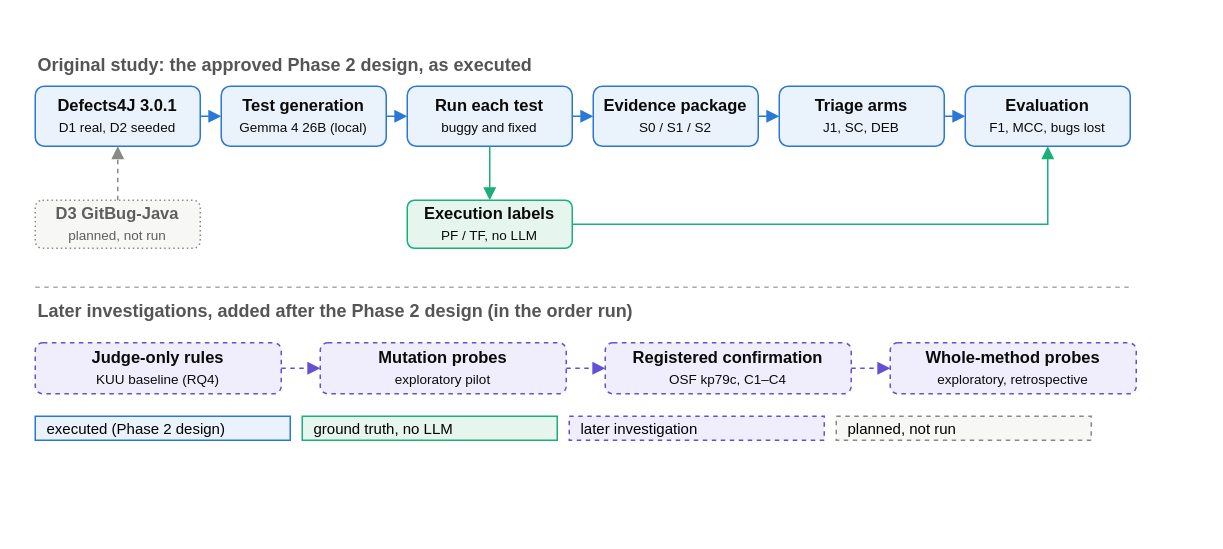
hafizhuzaifaahmed/llm-failure-triage keeps this draw.io diagram as phase4_v2/figures/fig_final_architecture.drawio. Above is the earlier version. Source tidied: cells renumbered, new cells numbered last; positions are measured from the earlier drawing's top-left corner, leaving out a move shared by most shapes. Both pictures are drawn from the tidied source at 150%, with x=0, y=0 at pixel (34, 50).
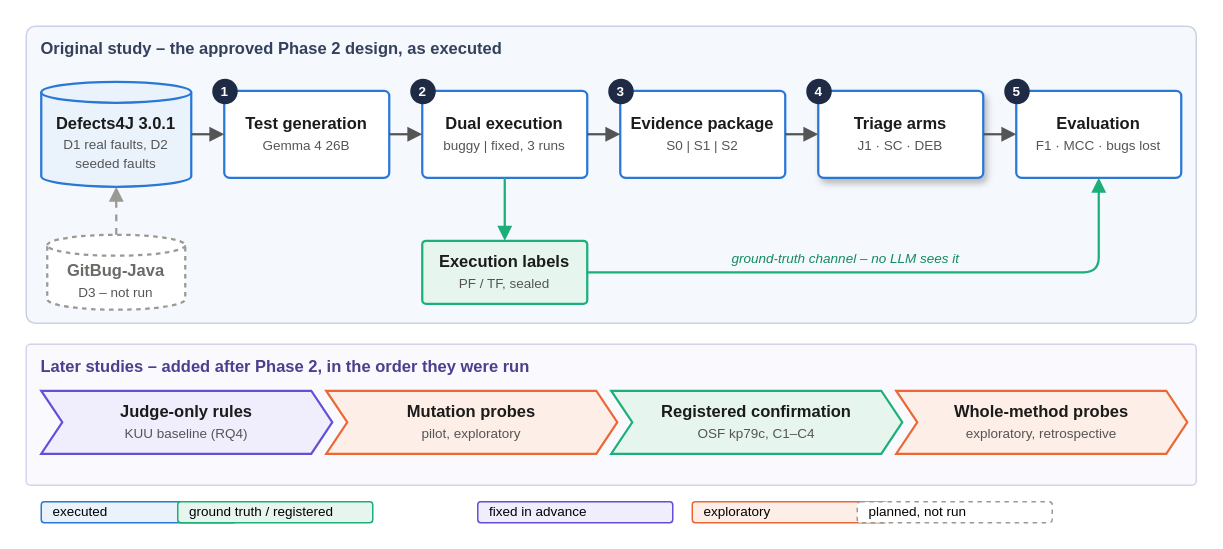
Above is the later version.

Diff of the diagram source:
```diff
@@
+    <mxCell id="32" value="Original study – the approved Phase 2 design, as executed" style="rounded=1;arcSize=3;whiteSpace=wrap;html=1;fillColor=#F5F8FC;strokeColor=#C8D4E3;fontColor=#33415C;fontStyle=1;fontSize=11;verticalAlign=top;align=left;spacingLeft=8;spacingTop=2;" parent="1" vertex="1">
+      <mxGeometry x="-6" y="-16" width="780" height="198" as="geometry" />
+    </mxCell>
+    <mxCell id="33" value="Later studies – added after Phase 2, in the order they were run" style="rounded=1;arcSize=3;whiteSpace=wrap;html=1;fillColor=#FAF9FD;strokeColor=#D7D2EE;fontColor=#4B3F8F;fontStyle=1;fontSize=11;verticalAlign=top;align=left;spacingLeft=8;spacingTop=2;" parent="1" vertex="1">
+      <mxGeometry x="-6" y="196" width="780" height="94" as="geometry" />
+    </mxCell>
-    <mxCell id="2" value="&lt;b&gt;Defects4J 3.0.1&lt;/b&gt;&lt;br&gt;&lt;font style=&quot;font-size:9px&quot;&gt;D1 real, D2 seeded&lt;/font&gt;" style="rounded=1;whiteSpace=wrap;html=1;fillColor=#EAF2FC;strokeColor=#2A78D6;fontColor=#0B0B0B;fontSize=11;" parent="1" vertex="1">
-      <mxGeometry y="24" width="110" height="40" as="geometry" />
+    <mxCell id="2" value="&lt;b&gt;Defects4J 3.0.1&lt;/b&gt;&lt;br&gt;&lt;font color=&quot;#555555&quot; style=&quot;font-size:9px&quot;&gt;D1 real faults, D2 seeded faults&lt;/font&gt;" style="shape=cylinder3;boundedLbl=1;backgroundOutline=1;size=7;whiteSpace=wrap;html=1;fillColor=#EAF2FC;strokeColor=#2A78D6;fontColor=#1B1B1B;fontSize=11;strokeWidth=1.5;" parent="1" vertex="1">
+      <mxGeometry x="4" y="21" width="100" height="70" as="geometry" />
     </mxCell>
-    <mxCell id="3" value="&lt;b&gt;Test generation&lt;/b&gt;&lt;br&gt;&lt;font style=&quot;font-size:9px&quot;&gt;Gemma 4 26B (local)&lt;/font&gt;" style="rounded=1;whiteSpace=wrap;html=1;fillColor=#EAF2FC;strokeColor=#2A78D6;fontColor=#0B0B0B;fontSize=11;" parent="1" vertex="1">
-      <mxGeometry x="124" y="24" width="110" height="40" as="geometry" />
+    <mxCell id="3" value="&lt;b&gt;Test generation&lt;/b&gt;&lt;br&gt;&lt;font color=&quot;#555555&quot; style=&quot;font-size:9px&quot;&gt;Gemma 4 26B&lt;/font&gt;" style="rounded=1;arcSize=6;whiteSpace=wrap;html=1;fillColor=#FFFFFF;strokeColor=#2A78D6;fontColor=#1B1B1B;fontSize=11;strokeWidth=1.5;" parent="1" vertex="1">
+      <mxGeometry x="126" y="27" width="110" height="58" as="geometry" />
     </mxCell>
-    <mxCell id="4" value="&lt;b&gt;Run each test&lt;/b&gt;&lt;br&gt;&lt;font style=&quot;font-size:9px&quot;&gt;buggy and fixed&lt;/font&gt;" style="rounded=1;whiteSpace=wrap;html=1;fillColor=#EAF2FC;strokeColor=#2A78D6;fontColor=#0B0B0B;fontSize=11;" parent="1" vertex="1">
-      <mxGeometry x="248" y="24" width="110" height="40" as="geometry" />
-    </mxCell>
+    <mxCell id="34" value="1" style="ellipse;whiteSpace=wrap;html=1;fillColor=#1F2A44;strokeColor=none;fontColor=#FFFFFF;fontStyle=1;fontSize=9;" parent="1" vertex="1">
+      <mxGeometry x="118" y="19" width="17" height="17" as="geometry" />
+    </mxCell>
+    <mxCell id="35" value="&lt;b&gt;Dual execution&lt;/b&gt;&lt;br&gt;&lt;font color=&quot;#555555&quot; style=&quot;font-size:9px&quot;&gt;buggy  |  fixed, 3 runs&lt;/font&gt;" style="rounded=1;arcSize=6;whiteSpace=wrap;html=1;fillColor=#FFFFFF;strokeColor=#2A78D6;fontColor=#1B1B1B;fontSize=11;strokeWidth=1.5;" parent="1" vertex="1">
+      <mxGeometry x="258" y="27" width="110" height="58" as="geometry" />
+    </mxCell>
+    <mxCell id="36" value="2" style="ellipse;whiteSpace=wrap;html=1;fillColor=#1F2A44;strokeColor=none;fontColor=#FFFFFF;fontStyle=1;fontSize=9;" parent="1" vertex="1">
+      <mxGeometry x="250" y="19" width="17" height="17" as="geometry" />
+    </mxCell>
-    <mxCell id="5" value="&lt;b&gt;Evidence package&lt;/b&gt;&lt;br&gt;&lt;font style=&quot;font-size:9px&quot;&gt;S0 / S1 / S2&lt;/font&gt;" style="rounded=1;whiteSpace=wrap;html=1;fillColor=#EAF2FC;strokeColor=#2A78D6;fontColor=#0B0B0B;fontSize=11;" parent="1" vertex="1">
-      <mxGeometry x="372" y="24" width="110" height="40" as="geometry" />
+    <mxCell id="5" value="&lt;b&gt;Evidence package&lt;/b&gt;&lt;br&gt;&lt;font color=&quot;#555555&quot; style=&quot;font-size:9px&quot;&gt;S0  |  S1  |  S2&lt;/font&gt;" style="rounded=1;arcSize=6;whiteSpace=wrap;html=1;fillColor=#FFFFFF;strokeColor=#2A78D6;fontColor=#1B1B1B;fontSize=11;strokeWidth=1.5;" parent="1" vertex="1">
+      <mxGeometry x="390" y="27" width="110" height="58" as="geometry" />
     </mxCell>
+    <mxCell id="37" value="3" style="ellipse;whiteSpace=wrap;html=1;fillColor=#1F2A44;strokeColor=none;fontColor=#FFFFFF;fontStyle=1;fontSize=9;" parent="1" vertex="1">
+      <mxGeometry x="382" y="19" width="17" height="17" as="geometry" />
+    </mxCell>
-    <mxCell id="6" value="&lt;b&gt;Triage arms&lt;/b&gt;&lt;br&gt;&lt;font style=&quot;font-size:9px&quot;&gt;J1, SC, DEB&lt;/font&gt;" style="rounded=1;whiteSpace=wrap;html=1;fillColor=#EAF2FC;strokeColor=#2A78D6;fontColor=#0B0B0B;fontSize=11;" parent="1" vertex="1">
-      <mxGeometry x="496" y="24" width="110" height="40" as="geometry" />
+    <mxCell id="6" value="&lt;b&gt;Triage arms&lt;/b&gt;&lt;br&gt;&lt;font color=&quot;#555555&quot; style=&quot;font-size:9px&quot;&gt;J1 · SC · DEB&lt;/font&gt;" style="rounded=1;arcSize=6;shadow=1;whiteSpace=wrap;html=1;fillColor=#FFFFFF;strokeColor=#2A78D6;fontColor=#1B1B1B;fontSize=11;strokeWidth=1.5;" parent="1" vertex="1">
+      <mxGeometry x="522" y="27" width="110" height="58" as="geometry" />
     </mxCell>
+    <mxCell id="38" value="4" style="ellipse;whiteSpace=wrap;html=1;fillColor=#1F2A44;strokeColor=none;fontColor=#FFFFFF;fontStyle=1;fontSize=9;" parent="1" vertex="1">
+      <mxGeometry x="514" y="19" width="17" height="17" as="geometry" />
+    </mxCell>
-    <mxCell id="7" value="&lt;b&gt;Evaluation&lt;/b&gt;&lt;br&gt;&lt;font style=&quot;font-size:9px&quot;&gt;F1, MCC, bugs lost&lt;/font&gt;" style="rounded=1;whiteSpace=wrap;html=1;fillColor=#EAF2FC;strokeColor=#2A78D6;fontColor=#0B0B0B;fontSize=11;" parent="1" vertex="1">
-      <mxGeometry x="620" y="24" width="110" height="40" as="geometry" />
+    <mxCell id="7" value="&lt;b&gt;Evaluation&lt;/b&gt;&lt;br&gt;&lt;font color=&quot;#555555&quot; style=&quot;font-size:9px&quot;&gt;F1 · MCC · bugs lost&lt;/font&gt;" style="rounded=1;arcSize=6;whiteSpace=wrap;html=1;fillColor=#FFFFFF;strokeColor=#2A78D6;fontColor=#1B1B1B;fontSize=11;strokeWidth=1.5;" parent="1" vertex="1">
+      <mxGeometry x="654" y="27" width="110" height="58" as="geometry" />
     </mxCell>
+    <mxCell id="39" value="5" style="ellipse;whiteSpace=wrap;html=1;fillColor=#1F2A44;strokeColor=none;fontColor=#FFFFFF;fontStyle=1;fontSize=9;" parent="1" vertex="1">
+      <mxGeometry x="646" y="19" width="17" height="17" as="geometry" />
+    </mxCell>
+    <mxCell id="40" value="&lt;b&gt;Execution labels&lt;/b&gt;&lt;br&gt;&lt;font color=&quot;#555555&quot; style=&quot;font-size:9px&quot;&gt;PF / TF, sealed&lt;/font&gt;" style="rounded=1;arcSize=6;whiteSpace=wrap;html=1;fillColor=#E6F6EF;strokeColor=#1BAF7A;fontColor=#1B1B1B;fontSize=11;strokeWidth=1.5;" parent="1" vertex="1">
+      <mxGeometry x="258" y="127" width="110" height="42" as="geometry" />
+    </mxCell>
-    <mxCell id="8" value="&lt;b&gt;D3 GitBug-Java&lt;/b&gt;&lt;br&gt;&lt;font style=&quot;font-size:9px&quot;&gt;planned, not run&lt;/font&gt;" style="rounded=1;whiteSpace=wrap;html=1;fillColor=#F7F7F5;strokeColor=#8A8984;fontColor=#5F5E5A;fontSize=11;dashed=1;dashPattern=1 2;" parent="1" vertex="1">
-      <mxGeometry y="100" width="110" height="32" as="geometry" />
+    <mxCell id="8" value="&lt;b&gt;GitBug-Java&lt;/b&gt;&lt;br&gt;&lt;font color=&quot;#555555&quot; style=&quot;font-size:9px&quot;&gt;D3 – not run&lt;/font&gt;" style="shape=cylinder3;boundedLbl=1;backgroundOutline=1;size=7;whiteSpace=wrap;html=1;fillColor=#FFFFFF;strokeColor=#9A9994;fontColor=#6B6A66;fontSize=11;strokeWidth=1.5;dashed=1;dashPattern=2 2;" parent="1" vertex="1">
+      <mxGeometry x="8" y="123" width="92" height="50" as="geometry" />
     </mxCell>
-    <mxCell id="9" value="&lt;b&gt;Execution labels&lt;/b&gt;&lt;br&gt;&lt;font style=&quot;font-size:9px&quot;&gt;PF / TF, no LLM&lt;/font&gt;" style="rounded=1;whiteSpace=wrap;html=1;fillColor=#E6F6EF;strokeColor=#1BAF7A;fontColor=#0B0B0B;fontSize=11;" parent="1" vertex="1">
-      <mxGeometry x="248" y="100" width="110" height="32" as="geometry" />
-    </mxCell>
-    <mxCell id="10" value="&lt;b&gt;Judge-only rules&lt;/b&gt;&lt;br&gt;&lt;font style=&quot;font-size:9px&quot;&gt;KUU baseline (RQ4)&lt;/font&gt;" style="rounded=1;whiteSpace=wrap;html=1;fillColor=#F0EEFC;strokeColor=#6250D6;fontColor=#0B0B0B;fontSize=11;dashed=1;" parent="1" vertex="1">
-      <mxGeometry y="195" width="164" height="34" as="geometry" />
+    <mxCell id="10" value="&lt;b&gt;Judge-only rules&lt;/b&gt;&lt;br&gt;&lt;font color=&quot;#555555&quot; style=&quot;font-size:9px&quot;&gt;KUU baseline (RQ4)&lt;/font&gt;" style="shape=step;perimeter=stepPerimeter;fixedSize=1;size=14;whiteSpace=wrap;html=1;fillColor=#F0EEFC;strokeColor=#6250D6;fontColor=#1B1B1B;fontSize=11;strokeWidth=1.5;" parent="1" vertex="1">
+      <mxGeometry x="4" y="227" width="194" height="42" as="geometry" />
     </mxCell>
-    <mxCell id="11" value="&lt;b&gt;Mutation probes&lt;/b&gt;&lt;br&gt;&lt;font style=&quot;font-size:9px&quot;&gt;exploratory pilot&lt;/font&gt;" style="rounded=1;whiteSpace=wrap;html=1;fillColor=#F0EEFC;strokeColor=#6250D6;fontColor=#0B0B0B;fontSize=11;dashed=1;" parent="1" vertex="1">
-      <mxGeometry x="190" y="195" width="164" height="34" as="geometry" />
+    <mxCell id="11" value="&lt;b&gt;Mutation probes&lt;/b&gt;&lt;br&gt;&lt;font color=&quot;#555555&quot; style=&quot;font-size:9px&quot;&gt;pilot, exploratory&lt;/font&gt;" style="shape=step;perimeter=stepPerimeter;fixedSize=1;size=14;whiteSpace=wrap;html=1;fillColor=#FDEEE7;strokeColor=#EB6834;fontColor=#1B1B1B;fontSize=11;strokeWidth=1.5;" parent="1" vertex="1">
+      <mxGeometry x="194" y="227" width="194" height="42" as="geometry" />
     </mxCell>
-    <mxCell id="12" value="&lt;b&gt;Registered confirmation&lt;/b&gt;&lt;br&gt;&lt;font style=&quot;font-size:9px&quot;&gt;OSF kp79c, C1–C4&lt;/font&gt;" style="rounded=1;whiteSpace=wrap;html=1;fillColor=#F0EEFC;strokeColor=#6250D6;fontColor=#0B0B0B;fontSize=11;dashed=1;" parent="1" vertex="1">
-      <mxGeometry x="380" y="195" width="164" height="34" as="geometry" />
+    <mxCell id="12" value="&lt;b&gt;Registered confirmation&lt;/b&gt;&lt;br&gt;&lt;font color=&quot;#555555&quot; style=&quot;font-size:9px&quot;&gt;OSF kp79c, C1–C4&lt;/font&gt;" style="shape=step;perimeter=stepPerimeter;fixedSize=1;size=14;whiteSpace=wrap;html=1;fillColor=#E6F6EF;strokeColor=#1BAF7A;fontColor=#1B1B1B;fontSize=11;strokeWidth=1.5;" parent="1" vertex="1">
+      <mxGeometry x="384" y="227" width="194" height="42" as="geometry" />
     </mxCell>
-    <mxCell id="13" value="&lt;b&gt;Whole-method probes&lt;/b&gt;&lt;br&gt;&lt;font style=&quot;font-size:9px&quot;&gt;exploratory, retrospective&lt;/font&gt;" style="rounded=1;whiteSpace=wrap;html=1;fillColor=#F0EEFC;strokeColor=#6250D6;fontColor=#0B0B0B;fontSize=11;dashed=1;" parent="1" vertex="1">
-      <mxGeometry x="570" y="195" width="164" height="34" as="geometry" />
+    <mxCell id="13" value="&lt;b&gt;Whole-method probes&lt;/b&gt;&lt;br&gt;&lt;font color=&quot;#555555&quot; style=&quot;font-size:9px&quot;&gt;exploratory, retrospective&lt;/font&gt;" style="shape=step;perimeter=stepPerimeter;fixedSize=1;size=14;whiteSpace=wrap;html=1;fillColor=#FDEEE7;strokeColor=#EB6834;fontColor=#1B1B1B;fontSize=11;strokeWidth=1.5;" parent="1" vertex="1">
+      <mxGeometry x="574" y="227" width="194" height="42" as="geometry" />
     </mxCell>
-    <mxCell id="14" style="edgeStyle=orthogonalEdgeStyle;rounded=0;html=1;strokeColor=#2A78D6;endArrow=block;endFill=1;exitX=1;exitY=0.5;entryX=0;entryY=0.5;" parent="1" edge="1" source="2" target="3">
+    <mxCell id="14" style="edgeStyle=orthogonalEdgeStyle;rounded=1;html=1;strokeColor=#555555;strokeWidth=1.5;endArrow=block;endFill=1;exitX=1;exitY=0.5;entryX=0;entryY=0.5;" parent="1" edge="1" source="2" target="3">
       <mxGeometry relative="1" as="geometry" />
     </mxCell>
-    <mxCell id="15" style="edgeStyle=orthogonalEdgeStyle;rounded=0;html=1;strokeColor=#2A78D6;endArrow=block;endFill=1;exitX=1;exitY=0.5;entryX=0;entryY=0.5;" parent="1" edge="1" source="3" target="4">
+    <mxCell id="15" style="edgeStyle=orthogonalEdgeStyle;rounded=1;html=1;strokeColor=#555555;strokeWidth=1.5;endArrow=block;endFill=1;exitX=1;exitY=0.5;entryX=0;entryY=0.5;" parent="1" edge="1" source="3" target="35">
       <mxGeometry relative="1" as="geometry" />
     </mxCell>
-    <mxCell id="16" style="edgeStyle=orthogonalEdgeStyle;rounded=0;html=1;strokeColor=#2A78D6;endArrow=block;endFill=1;exitX=1;exitY=0.5;entryX=0;entryY=0.5;" parent="1" edge="1" source="4" target="5">
+    <mxCell id="16" style="edgeStyle=orthogonalEdgeStyle;rounded=1;html=1;strokeColor=#555555;strokeWidth=1.5;endArrow=block;endFill=1;exitX=1;exitY=0.5;entryX=0;entryY=0.5;" parent="1" edge="1" source="35" target="5">
       <mxGeometry relative="1" as="geometry" />
     </mxCell>
-    <mxCell id="17" style="edgeStyle=orthogonalEdgeStyle;rounded=0;html=1;strokeColor=#2A78D6;endArrow=block;endFill=1;exitX=1;exitY=0.5;entryX=0;entryY=0.5;" parent="1" edge="1" source="5" target="6">
+    <mxCell id="17" style="edgeStyle=orthogonalEdgeStyle;rounded=1;html=1;strokeColor=#555555;strokeWidth=1.5;endArrow=block;endFill=1;exitX=1;exitY=0.5;entryX=0;entryY=0.5;" parent="1" edge="1" source="5" target="6">
       <mxGeometry relative="1" as="geometry" />
     </mxCell>
-    <mxCell id="18" style="edgeStyle=orthogonalEdgeStyle;rounded=0;html=1;strokeColor=#2A78D6;endArrow=block;endFill=1;exitX=1;exitY=0.5;entryX=0;entryY=0.5;" parent="1" edge="1" source="6" target="7">
+    <mxCell id="18" style="edgeStyle=orthogonalEdgeStyle;rounded=1;html=1;strokeColor=#555555;strokeWidth=1.5;endArrow=block;endFill=1;exitX=1;exitY=0.5;entryX=0;entryY=0.5;" parent="1" edge="1" source="6" target="7">
       <mxGeometry relative="1" as="geometry" />
     </mxCell>
-    <mxCell id="19" style="edgeStyle=orthogonalEdgeStyle;rounded=0;html=1;strokeColor=#8A8984;dashed=1;endArrow=block;endFill=1;exitX=0.5;exitY=0;entryX=0.5;entryY=1;" parent="1" edge="1" source="8" target="2">
+    <mxCell id="19" style="edgeStyle=orthogonalEdgeStyle;rounded=1;html=1;strokeColor=#1BAF7A;strokeWidth=1.5;endArrow=block;endFill=1;exitX=0.5;exitY=1;entryX=0.5;entryY=0;" parent="1" edge="1" source="35" target="40">
       <mxGeometry relative="1" as="geometry" />
     </mxCell>
-    <mxCell id="20" style="edgeStyle=orthogonalEdgeStyle;rounded=0;html=1;strokeColor=#1BAF7A;endArrow=block;endFill=1;exitX=0.5;exitY=1;entryX=0.5;entryY=0;" parent="1" edge="1" source="4" target="9">
+    <mxCell id="20" style="edgeStyle=orthogonalEdgeStyle;rounded=1;html=1;strokeColor=#1BAF7A;strokeWidth=1.5;endArrow=block;endFill=1;exitX=1;exitY=0.5;entryX=0.5;entryY=1;" parent="1" edge="1" source="40" target="7">
       <mxGeometry relative="1" as="geometry" />
     </mxCell>
-    <mxCell id="21" style="edgeStyle=orthogonalEdgeStyle;rounded=0;html=1;strokeColor=#1BAF7A;endArrow=block;endFill=1;exitX=1;exitY=0.5;entryX=0.5;entryY=1;" parent="1" edge="1" source="9" target="7">
+    <mxCell id="21" style="edgeStyle=orthogonalEdgeStyle;rounded=1;html=1;strokeColor=#9A9994;strokeWidth=1.5;dashed=1;endArrow=block;endFill=1;exitX=0.5;exitY=0;entryX=0.5;entryY=1;" parent="1" edge="1" source="8" target="2">
       <mxGeometry relative="1" as="geometry" />
     </mxCell>
-    <mxCell id="22" style="edgeStyle=orthogonalEdgeStyle;rounded=0;html=1;strokeColor=#6250D6;dashed=1;endArrow=block;endFill=1;exitX=1;exitY=0.5;entryX=0;entryY=0.5;" parent="1" edge="1" source="10" target="11">
-      <mxGeometry relative="1" as="geometry" />
-    </mxCell>
-    <mxCell id="23" style="edgeStyle=orthogonalEdgeStyle;rounded=0;html=1;strokeColor=#6250D6;dashed=1;endArrow=block;endFill=1;exitX=1;exitY=0.5;entryX=0;entryY=0.5;" parent="1" edge="1" source="11" target="12">
-      <mxGeometry relative="1" as="geometry" />
-    </mxCell>
-    <mxCell id="24" style="edgeStyle=orthogonalEdgeStyle;rounded=0;html=1;strokeColor=#6250D6;dashed=1;endArrow=block;endFill=1;exitX=1;exitY=0.5;entryX=0;entryY=0.5;" parent="1" edge="1" source="12" target="13">
-      <mxGeometry relative="1" as="geometry" />
-    </mxCell>
-    <mxCell id="25" value="Original study: the approved Phase 2 design, as executed" style="text;html=1;fontStyle=1;align=left;verticalAlign=middle;fontColor=#555555;" parent="1" vertex="1">
-      <mxGeometry width="560" height="20" as="geometry" />
-    </mxCell>
-    <mxCell id="26" value="Later investigations, added after the Phase 2 design (in the order run)" style="text;html=1;fontStyle=1;align=left;verticalAlign=middle;fontColor=#555555;" parent="1" vertex="1">
-      <mxGeometry y="164" width="560" height="20" as="geometry" />
-    </mxCell>
-    <mxCell id="27" style="endArrow=none;html=1;dashed=1;strokeColor=#AAAAAA;" parent="1" edge="1">
-      <mxGeometry relative="1" as="geometry">
-        <mxPoint y="158" as="sourcePoint" />
-        <mxPoint x="730" y="158" as="targetPoint" />
-      </mxGeometry>
-    </mxCell>
+    <mxCell id="41" value="ground-truth channel – no LLM sees it" style="text;html=1;fontStyle=2;fontSize=9;fontColor=#138A60;align=center;" parent="1" vertex="1">
+      <mxGeometry x="430" y="127" width="220" height="18" as="geometry" />
+    </mxCell>
-    <mxCell id="28" value="executed (Phase 2 design)" style="rounded=0;html=1;fillColor=#EAF2FC;strokeColor=#2A78D6;align=left;spacingLeft=6;fontSize=10;" parent="1" vertex="1">
-      <mxGeometry y="244" width="170" height="16" as="geometry" />
+    <mxCell id="28" value="executed" style="rounded=1;html=1;fillColor=#EAF2FC;strokeColor=#2A78D6;align=left;spacingLeft=6;fontSize=9;" parent="1" vertex="1">
+      <mxGeometry x="4" y="301" width="130" height="14" as="geometry" />
     </mxCell>
-    <mxCell id="29" value="ground truth, no LLM" style="rounded=0;html=1;fillColor=#E6F6EF;strokeColor=#1BAF7A;align=left;spacingLeft=6;fontSize=10;" parent="1" vertex="1">
-      <mxGeometry x="178" y="244" width="170" height="16" as="geometry" />
+    <mxCell id="29" value="ground truth / registered" style="rounded=1;html=1;fillColor=#E6F6EF;strokeColor=#1BAF7A;align=left;spacingLeft=6;fontSize=9;" parent="1" vertex="1">
+      <mxGeometry x="95" y="301" width="130" height="14" as="geometry" />
     </mxCell>
-    <mxCell id="30" value="later investigation" style="rounded=0;html=1;fillColor=#F0EEFC;strokeColor=#6250D6;dashed=1;align=left;spacingLeft=6;fontSize=10;" parent="1" vertex="1">
-      <mxGeometry x="356" y="244" width="170" height="16" as="geometry" />
+    <mxCell id="30" value="fixed in advance" style="rounded=1;html=1;fillColor=#F0EEFC;strokeColor=#6250D6;align=left;spacingLeft=6;fontSize=9;" parent="1" vertex="1">
+      <mxGeometry x="295" y="301" width="130" height="14" as="geometry" />
     </mxCell>
-    <mxCell id="31" value="planned, not run" style="rounded=0;html=1;fillColor=#F7F7F5;strokeColor=#8A8984;dashed=1;align=left;spacingLeft=6;fontSize=10;" parent="1" vertex="1">
-      <mxGeometry x="534" y="244" width="170" height="16" as="geometry" />
+    <mxCell id="31" value="exploratory" style="rounded=1;html=1;fillColor=#FDEEE7;strokeColor=#EB6834;align=left;spacingLeft=6;fontSize=9;" parent="1" vertex="1">
+      <mxGeometry x="438" y="301" width="130" height="14" as="geometry" />
     </mxCell>
+    <mxCell id="42" value="planned, not run" style="rounded=1;html=1;fillColor=#FFFFFF;strokeColor=#9A9994;dashed=1;align=left;spacingLeft=6;fontSize=9;" parent="1" vertex="1">
+      <mxGeometry x="548" y="301" width="130" height="14" as="geometry" />
+    </mxCell>
```
